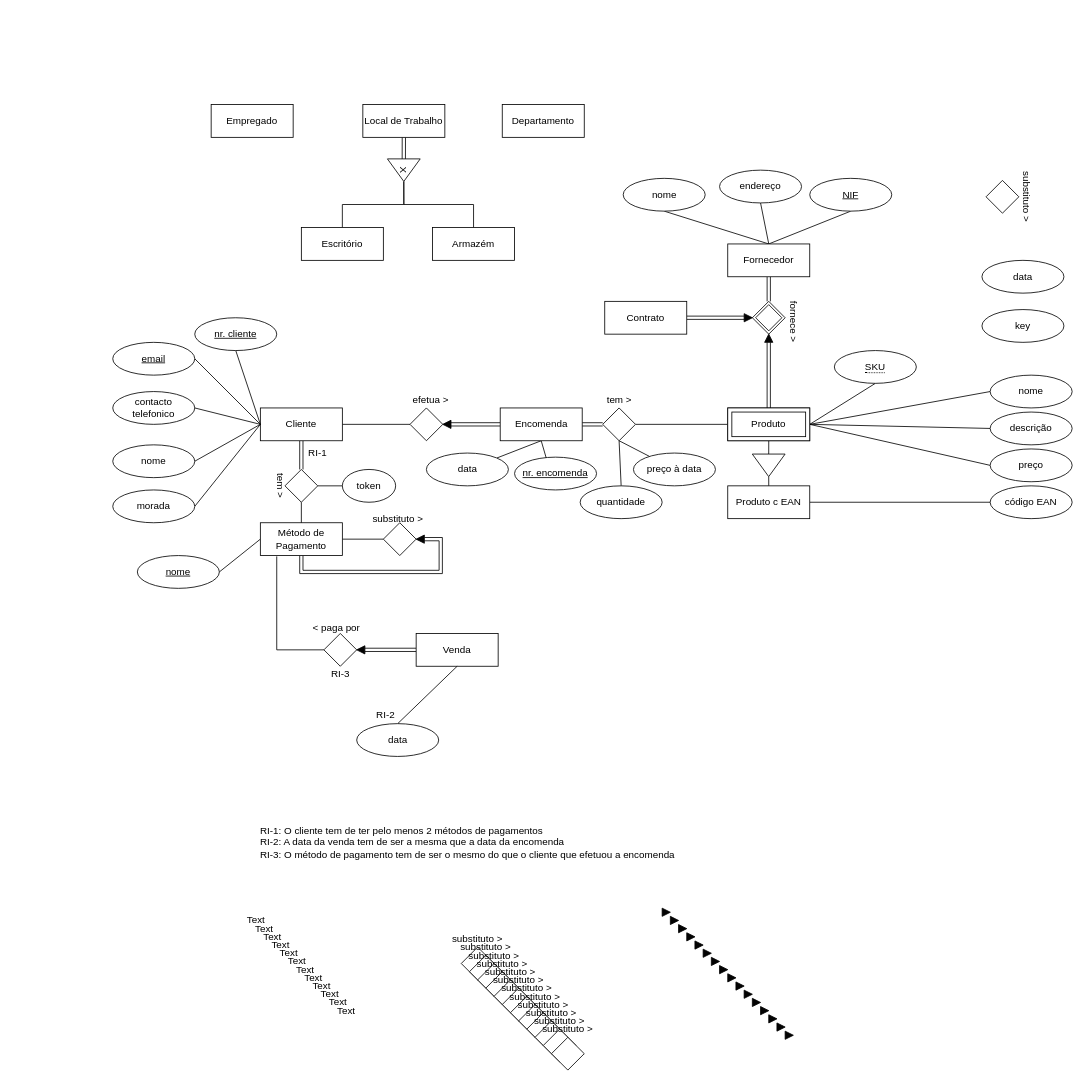
Earlier version of the draw.io diagram Diagrama sem nome.drawio (joaodrmacas/Postgres-DB). Source tidied: cells renumbered, new cells numbered last; positions are measured from the earlier drawing's top-left corner, leaving out a move shared by most shapes. Both pictures are drawn from the tidied source at 82%, with x=0, y=0 at pixel (112, 104).
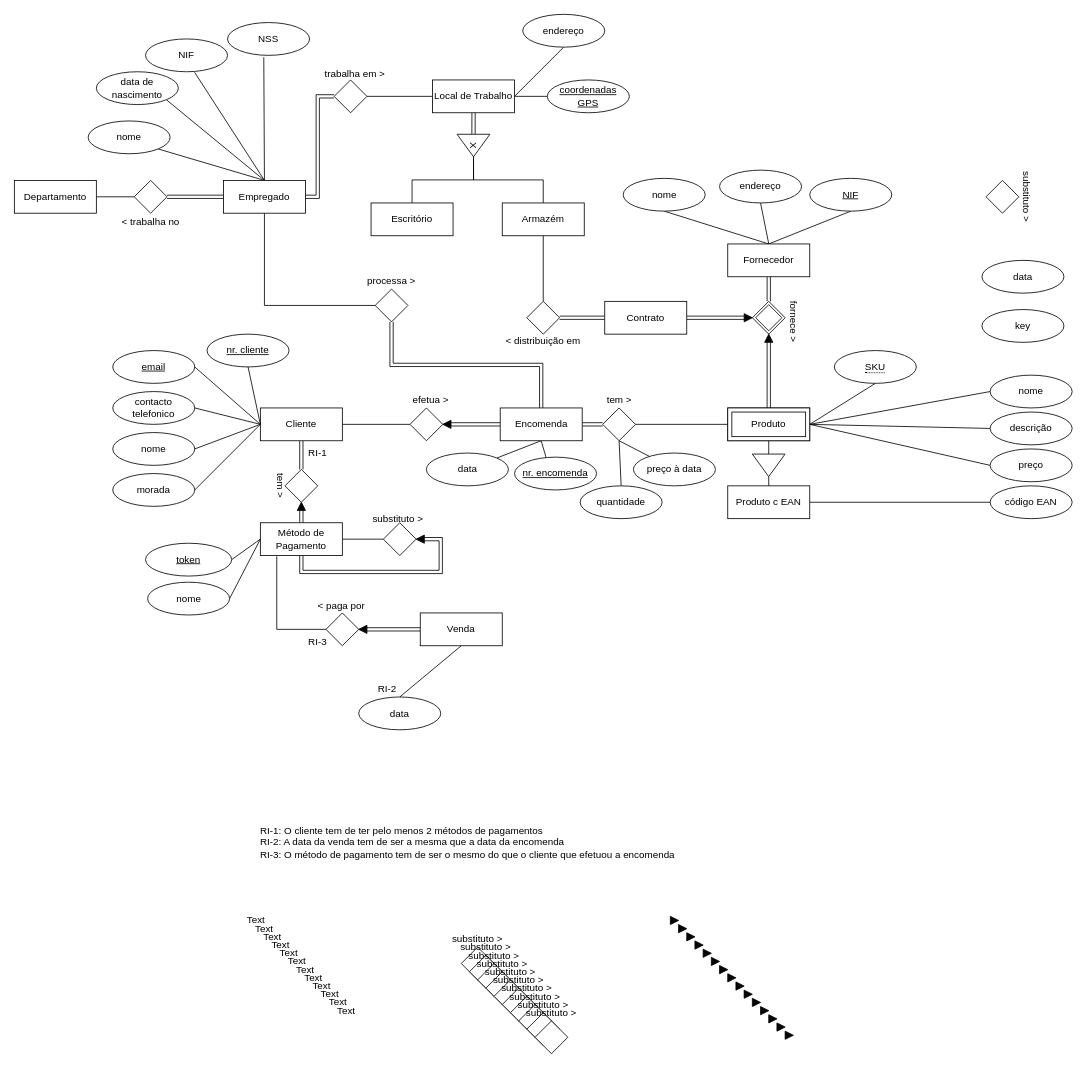
The same page after the edit.

The change refers to these unchanged cells:
```xml
<mxCell id="9" value="Encomenda" style="whiteSpace=wrap;html=1;align=center;" parent="1" vertex="1">
  <mxGeometry x="472.5" y="370" width="100" height="40" as="geometry" />
</mxCell>
<mxCell id="16" value="Método de Pagamento" style="whiteSpace=wrap;html=1;align=center;" parent="1" vertex="1">
  <mxGeometry x="180" y="510" width="100" height="40" as="geometry" />
</mxCell>
<mxCell id="61" style="shape=rhombus;perimeter=rhombusPerimeter;whiteSpace=wrap;html=1;align=center;" parent="1" vertex="1">
  <mxGeometry x="210" y="445" width="40" height="40" as="geometry" />
</mxCell>
<mxCell id="120" style="shape=rhombus;perimeter=rhombusPerimeter;whiteSpace=wrap;html=1;align=center;" parent="119" vertex="1">
  <mxGeometry x="15" y="25" width="40" height="40" as="geometry" />
</mxCell>
<mxCell id="156" value="Contrato" style="whiteSpace=wrap;html=1;align=center;" parent="1" vertex="1">
  <mxGeometry x="600" y="240" width="100" height="40" as="geometry" />
</mxCell>
```

The edit, as a diff of the source:
```diff
@@
+    <mxCell id="169" style="edgeStyle=orthogonalEdgeStyle;rounded=0;jettySize=auto;html=1;exitX=0.5;exitY=0;exitDx=0;exitDy=0;entryX=0.5;entryY=1;entryDx=0;entryDy=0;shape=link;" parent="1" edge="1" source="9" target="120">
+      <mxGeometry relative="1" as="geometry" />
+    </mxCell>
@@
+    <mxCell id="170" style="edgeStyle=orthogonalEdgeStyle;rounded=0;jettySize=auto;html=1;exitX=0.5;exitY=0;exitDx=0;exitDy=0;entryX=0;entryY=0.5;entryDx=0;entryDy=0;endArrow=none;endFill=0;shape=link;" parent="1" edge="1" source="16" target="35">
+      <mxGeometry relative="1" as="geometry" />
+    </mxCell>
@@
     <mxCell id="31" value="RI-2" style="text;html=1;strokeColor=none;fillColor=none;align=center;verticalAlign=middle;whiteSpace=wrap;rounded=0;" parent="1" vertex="1">
-      <mxGeometry x="302.5" y="730" width="60" height="30" as="geometry" />
+      <mxGeometry x="305" y="697.5" width="60" height="30" as="geometry" />
     </mxCell>
@@
-    <mxCell id="35" style="triangle;whiteSpace=wrap;html=1;fillStyle=solid;fillColor=#030303;" parent="1" vertex="1">
-      <mxGeometry x="670" y="980" width="10" height="10" as="geometry" />
+    <mxCell id="35" style="triangle;whiteSpace=wrap;html=1;fillStyle=solid;fillColor=#030303;rotation=-90;" parent="1" vertex="1">
+      <mxGeometry x="225" y="485" width="10" height="10" as="geometry" />
     </mxCell>
@@
     <mxCell id="52" style="edgeStyle=orthogonalEdgeStyle;rounded=0;jettySize=auto;html=1;exitX=0;exitY=0.5;exitDx=0;exitDy=0;endArrow=none;endFill=0;" parent="1" edge="1" source="53">
       <mxGeometry relative="1" as="geometry">
         <mxPoint x="200" y="551" as="targetPoint" />
         <Array as="points">
-          <mxPoint x="200" y="665" />
-          <mxPoint x="200" y="551" />
+          <mxPoint x="260" y="640" />
+          <mxPoint x="200" y="640" />
         </Array>
       </mxGeometry>
     </mxCell>
     <mxCell id="53" style="shape=rhombus;perimeter=rhombusPerimeter;whiteSpace=wrap;html=1;align=center;" parent="1" vertex="1">
-      <mxGeometry x="257.5" y="645" width="40" height="40" as="geometry" />
+      <mxGeometry x="260" y="620" width="40" height="40" as="geometry" />
     </mxCell>
     <mxCell id="54" value="&amp;lt; paga por" style="text;html=1;strokeColor=none;fillColor=none;align=center;verticalAlign=middle;whiteSpace=wrap;rounded=0;" parent="1" vertex="1">
-      <mxGeometry x="237.5" y="622.5" width="70" height="30" as="geometry" />
+      <mxGeometry x="244" y="597" width="70" height="30" as="geometry" />
     </mxCell>
@@
-    <mxCell id="59" style="edgeStyle=orthogonalEdgeStyle;rounded=0;jettySize=auto;html=1;exitX=0.5;exitY=1;exitDx=0;exitDy=0;entryX=0.5;entryY=0;entryDx=0;entryDy=0;endArrow=none;endFill=0;" parent="1" edge="1" source="61" target="16">
-      <mxGeometry relative="1" as="geometry" />
-    </mxCell>
-    <mxCell id="60" style="edgeStyle=orthogonalEdgeStyle;rounded=0;jettySize=auto;html=1;exitX=1;exitY=0.5;exitDx=0;exitDy=0;entryX=0;entryY=0.5;entryDx=0;entryDy=0;endArrow=none;endFill=0;" parent="1" edge="1" source="61" target="75">
-      <mxGeometry relative="1" as="geometry" />
-    </mxCell>
@@
     <mxCell id="68" value="nome" style="ellipse;whiteSpace=wrap;html=1;align=center;" parent="1" vertex="1">
-      <mxGeometry y="415" width="100" height="40" as="geometry" />
+      <mxGeometry y="400" width="100" height="40" as="geometry" />
     </mxCell>
@@
     <mxCell id="70" value="morada" style="ellipse;whiteSpace=wrap;html=1;align=center;" parent="1" vertex="1">
-      <mxGeometry y="470" width="100" height="40" as="geometry" />
+      <mxGeometry y="450" width="100" height="40" as="geometry" />
     </mxCell>
@@
     <mxCell id="72" value="email" style="ellipse;whiteSpace=wrap;html=1;align=center;fontStyle=4;" parent="1" vertex="1">
-      <mxGeometry y="290" width="100" height="40" as="geometry" />
+      <mxGeometry y="300" width="100" height="40" as="geometry" />
     </mxCell>
@@
     <mxCell id="74" value="nr. cliente" style="ellipse;whiteSpace=wrap;html=1;align=center;fontStyle=4;" parent="1" vertex="1">
-      <mxGeometry x="100" y="260" width="100" height="40" as="geometry" />
+      <mxGeometry x="115" y="280" width="100" height="40" as="geometry" />
     </mxCell>
+    <mxCell id="171" style="rounded=0;jettySize=auto;html=1;exitX=1;exitY=0.5;exitDx=0;exitDy=0;entryX=0;entryY=0.5;entryDx=0;entryDy=0;endArrow=none;endFill=0;" parent="1" edge="1" source="75" target="16">
+      <mxGeometry relative="1" as="geometry" />
+    </mxCell>
-    <mxCell id="75" value="token" style="ellipse;whiteSpace=wrap;html=1;align=center;" parent="1" vertex="1">
-      <mxGeometry x="280" y="445" width="65" height="40" as="geometry" />
+    <mxCell id="75" value="token" style="ellipse;whiteSpace=wrap;html=1;align=center;fontStyle=4;" parent="1" vertex="1">
+      <mxGeometry x="40" y="535" width="105" height="40" as="geometry" />
     </mxCell>
-    <mxCell id="76" value="nome" style="ellipse;whiteSpace=wrap;html=1;align=center;fontStyle=4;" parent="1" vertex="1">
-      <mxGeometry x="30" y="550" width="100" height="40" as="geometry" />
+    <mxCell id="76" value="nome" style="ellipse;whiteSpace=wrap;html=1;align=center;fontStyle=0;" parent="1" vertex="1">
+      <mxGeometry x="42.5" y="582.5" width="100" height="40" as="geometry" />
     </mxCell>
@@
     <mxCell id="79" value="Venda" style="whiteSpace=wrap;html=1;align=center;" parent="1" vertex="1">
-      <mxGeometry x="370" y="645" width="100" height="40" as="geometry" />
+      <mxGeometry x="375" y="620" width="100" height="40" as="geometry" />
     </mxCell>
@@
     <mxCell id="81" value="data" style="ellipse;whiteSpace=wrap;html=1;align=center;" parent="1" vertex="1">
-      <mxGeometry x="297.5" y="755" width="100" height="40" as="geometry" />
+      <mxGeometry x="300" y="722.5" width="100" height="40" as="geometry" />
     </mxCell>
     <mxCell id="82" style="triangle;whiteSpace=wrap;html=1;fillStyle=solid;fillColor=#030303;rotation=-180;" parent="1" vertex="1">
-      <mxGeometry x="297.5" y="660" width="10" height="10" as="geometry" />
+      <mxGeometry x="300" y="635" width="10" height="10" as="geometry" />
     </mxCell>
     <mxCell id="83" value="RI-3" style="text;html=1;strokeColor=none;fillColor=none;align=center;verticalAlign=middle;whiteSpace=wrap;rounded=0;" parent="1" vertex="1">
-      <mxGeometry x="247.5" y="680" width="60" height="30" as="geometry" />
+      <mxGeometry x="220" y="640" width="60" height="30" as="geometry" />
     </mxCell>
@@
     <mxCell id="119" style="group;" parent="1" vertex="1">
-      <mxGeometry x="510" y="1102.5" width="70" height="65" as="geometry" />
+      <mxGeometry x="305" y="200" width="70" height="65" as="geometry" />
     </mxCell>
@@
-    <mxCell id="121" value="substituto &amp;gt;" style="text;html=1;strokeColor=none;fillColor=none;align=center;verticalAlign=middle;whiteSpace=wrap;rounded=0;" parent="119" vertex="1">
+    <mxCell id="121" value="processa &amp;gt;" style="text;html=1;strokeColor=none;fillColor=none;align=center;verticalAlign=middle;whiteSpace=wrap;rounded=0;" parent="119" vertex="1">
       <mxGeometry width="70" height="30" as="geometry" />
     </mxCell>
     <mxCell id="122" style="group;" parent="1" vertex="1">
-      <mxGeometry x="520" y="1112.5" width="70" height="65" as="geometry" />
+      <mxGeometry x="11.2" y="90" width="77.5" height="67.5" as="geometry" />
     </mxCell>
     <mxCell id="123" style="shape=rhombus;perimeter=rhombusPerimeter;whiteSpace=wrap;html=1;align=center;" parent="122" vertex="1">
-      <mxGeometry x="15" y="25" width="40" height="40" as="geometry" />
+      <mxGeometry x="15" y="2.5" width="40" height="40" as="geometry" />
     </mxCell>
-    <mxCell id="124" value="substituto &amp;gt;" style="text;html=1;strokeColor=none;fillColor=none;align=center;verticalAlign=middle;whiteSpace=wrap;rounded=0;" parent="122" vertex="1">
-      <mxGeometry width="70" height="30" as="geometry" />
+    <mxCell id="124" value="&amp;lt; trabalha no" style="text;html=1;strokeColor=none;fillColor=none;align=center;verticalAlign=middle;whiteSpace=wrap;rounded=0;" parent="122" vertex="1">
+      <mxGeometry x="-7.5" y="37.5" width="85" height="30" as="geometry" />
     </mxCell>
@@
+    <mxCell id="172" style="edgeStyle=orthogonalEdgeStyle;rounded=0;jettySize=auto;html=1;exitX=0;exitY=0.5;exitDx=0;exitDy=0;entryX=1;entryY=0.5;entryDx=0;entryDy=0;shape=link;" parent="1" edge="1" source="156" target="192">
+      <mxGeometry relative="1" as="geometry" />
+    </mxCell>
@@
+    <mxCell id="173" style="rounded=0;jettySize=auto;html=1;exitX=0.5;exitY=0;exitDx=0;exitDy=0;entryX=1;entryY=1;entryDx=0;entryDy=0;endArrow=none;endFill=0;" parent="1" edge="1" source="159" target="187">
+      <mxGeometry relative="1" as="geometry" />
+    </mxCell>
+    <mxCell id="174" style="rounded=0;jettySize=auto;html=1;exitX=0.5;exitY=0;exitDx=0;exitDy=0;entryX=1;entryY=1;entryDx=0;entryDy=0;endArrow=none;endFill=0;" parent="1" edge="1" source="159" target="188">
+      <mxGeometry relative="1" as="geometry" />
+    </mxCell>
+    <mxCell id="175" style="rounded=0;jettySize=auto;html=1;exitX=0.5;exitY=0;exitDx=0;exitDy=0;entryX=0.598;entryY=1.015;entryDx=0;entryDy=0;endArrow=none;endFill=0;entryPerimeter=0;" parent="1" edge="1" source="159" target="189">
+      <mxGeometry relative="1" as="geometry" />
+    </mxCell>
+    <mxCell id="176" style="rounded=0;jettySize=auto;html=1;exitX=0.5;exitY=0;exitDx=0;exitDy=0;entryX=0.442;entryY=1.058;entryDx=0;entryDy=0;endArrow=none;endFill=0;entryPerimeter=0;" parent="1" edge="1" source="159" target="190">
+      <mxGeometry relative="1" as="geometry" />
+    </mxCell>
+    <mxCell id="177" style="edgeStyle=orthogonalEdgeStyle;rounded=0;jettySize=auto;html=1;exitX=0;exitY=0.5;exitDx=0;exitDy=0;entryX=1;entryY=0.5;entryDx=0;entryDy=0;endArrow=none;endFill=0;shape=link;" parent="1" edge="1" source="159" target="123">
+      <mxGeometry relative="1" as="geometry" />
+    </mxCell>
+    <mxCell id="178" style="edgeStyle=orthogonalEdgeStyle;rounded=0;jettySize=auto;html=1;exitX=1;exitY=0.5;exitDx=0;exitDy=0;entryX=0;entryY=0.5;entryDx=0;entryDy=0;shape=link;" parent="1" edge="1" source="159" target="195">
+      <mxGeometry relative="1" as="geometry">
+        <Array as="points">
+          <mxPoint x="250" y="113" />
+          <mxPoint x="250" y="-10" />
+        </Array>
+      </mxGeometry>
+    </mxCell>
+    <mxCell id="179" style="edgeStyle=orthogonalEdgeStyle;rounded=0;jettySize=auto;html=1;exitX=0.5;exitY=1;exitDx=0;exitDy=0;entryX=0;entryY=0.5;entryDx=0;entryDy=0;endArrow=none;endFill=0;" parent="1" edge="1" source="159" target="120">
+      <mxGeometry relative="1" as="geometry" />
+    </mxCell>
     <mxCell id="159" value="Empregado" style="whiteSpace=wrap;html=1;align=center;" parent="1" vertex="1">
-      <mxGeometry x="120" width="100" height="40" as="geometry" />
+      <mxGeometry x="135" y="92.5" width="100" height="40" as="geometry" />
     </mxCell>
@@
+    <mxCell id="180" style="rounded=0;jettySize=auto;html=1;exitX=1;exitY=0.5;exitDx=0;exitDy=0;entryX=0;entryY=0.5;entryDx=0;entryDy=0;endArrow=none;endFill=0;" parent="1" edge="1" source="161" target="186">
+      <mxGeometry relative="1" as="geometry" />
+    </mxCell>
+    <mxCell id="181" style="rounded=0;jettySize=auto;html=1;exitX=1;exitY=0.5;exitDx=0;exitDy=0;entryX=0.5;entryY=1;entryDx=0;entryDy=0;endArrow=none;endFill=0;" parent="1" edge="1" source="161" target="185">
+      <mxGeometry relative="1" as="geometry" />
+    </mxCell>
+    <mxCell id="182" style="edgeStyle=orthogonalEdgeStyle;rounded=0;jettySize=auto;html=1;exitX=0;exitY=0.5;exitDx=0;exitDy=0;entryX=1;entryY=0.5;entryDx=0;entryDy=0;endArrow=none;endFill=0;" parent="1" edge="1" source="161" target="195">
+      <mxGeometry relative="1" as="geometry" />
+    </mxCell>
     <mxCell id="161" value="Local de Trabalho" style="whiteSpace=wrap;html=1;align=center;" parent="1" vertex="1">
-      <mxGeometry x="305" width="100" height="40" as="geometry" />
+      <mxGeometry x="390" y="-30" width="100" height="40" as="geometry" />
     </mxCell>
+    <mxCell id="183" style="edgeStyle=orthogonalEdgeStyle;rounded=0;jettySize=auto;html=1;exitX=1;exitY=0.5;exitDx=0;exitDy=0;endArrow=none;endFill=0;" parent="1" edge="1" source="162" target="123">
+      <mxGeometry relative="1" as="geometry" />
+    </mxCell>
     <mxCell id="162" value="Departamento" style="whiteSpace=wrap;html=1;align=center;" parent="1" vertex="1">
-      <mxGeometry x="475" width="100" height="40" as="geometry" />
+      <mxGeometry x="-120" y="92.5" width="100" height="40" as="geometry" />
     </mxCell>
@@
     <mxCell id="165" value="X" style="triangle;whiteSpace=wrap;html=1;rotation=90;" parent="1" vertex="1">
-      <mxGeometry x="341.2" y="60" width="27.5" height="40" as="geometry" />
+      <mxGeometry x="426.2" y="30" width="27.5" height="40" as="geometry" />
     </mxCell>
+    <mxCell id="184" style="edgeStyle=orthogonalEdgeStyle;rounded=0;jettySize=auto;html=1;exitX=0.5;exitY=1;exitDx=0;exitDy=0;entryX=0.5;entryY=0;entryDx=0;entryDy=0;endArrow=none;endFill=0;" parent="1" edge="1" source="166" target="192">
+      <mxGeometry relative="1" as="geometry" />
+    </mxCell>
     <mxCell id="166" value="Armazém" style="whiteSpace=wrap;html=1;align=center;" parent="1" vertex="1">
-      <mxGeometry x="390" y="150" width="100" height="40" as="geometry" />
+      <mxGeometry x="475" y="120" width="100" height="40" as="geometry" />
     </mxCell>
     <mxCell id="167" value="Escritório" style="whiteSpace=wrap;html=1;align=center;" parent="1" vertex="1">
-      <mxGeometry x="230" y="150" width="100" height="40" as="geometry" />
+      <mxGeometry x="315" y="120" width="100" height="40" as="geometry" />
     </mxCell>
@@
+    <mxCell id="185" value="endereço" style="ellipse;whiteSpace=wrap;html=1;align=center;" parent="1" vertex="1">
+      <mxGeometry x="500" y="-110" width="100" height="40" as="geometry" />
+    </mxCell>
+    <mxCell id="186" value="coordenadas GPS" style="ellipse;whiteSpace=wrap;html=1;align=center;fontStyle=4;" parent="1" vertex="1">
+      <mxGeometry x="530" y="-30" width="100" height="40" as="geometry" />
+    </mxCell>
+    <mxCell id="187" value="nome" style="ellipse;whiteSpace=wrap;html=1;align=center;" parent="1" vertex="1">
+      <mxGeometry x="-30" y="20" width="100" height="40" as="geometry" />
+    </mxCell>
+    <mxCell id="188" value="data de nascimento" style="ellipse;whiteSpace=wrap;html=1;align=center;" parent="1" vertex="1">
+      <mxGeometry x="-20" y="-40" width="100" height="40" as="geometry" />
+    </mxCell>
+    <mxCell id="189" value="NIF&lt;br&gt;" style="ellipse;whiteSpace=wrap;html=1;align=center;" parent="1" vertex="1">
+      <mxGeometry x="40" y="-80" width="100" height="40" as="geometry" />
+    </mxCell>
+    <mxCell id="190" value="NSS" style="ellipse;whiteSpace=wrap;html=1;align=center;" parent="1" vertex="1">
+      <mxGeometry x="140" y="-100" width="100" height="40" as="geometry" />
+    </mxCell>
+    <mxCell id="191" style="group;" parent="1" vertex="1">
+      <mxGeometry x="490" y="235" width="80" height="70" as="geometry" />
+    </mxCell>
+    <mxCell id="192" style="shape=rhombus;perimeter=rhombusPerimeter;whiteSpace=wrap;html=1;align=center;" parent="191" vertex="1">
+      <mxGeometry x="15" y="5" width="40" height="40" as="geometry" />
+    </mxCell>
+    <mxCell id="193" value="&amp;lt; distribuição em" style="text;html=1;strokeColor=none;fillColor=none;align=center;verticalAlign=middle;whiteSpace=wrap;rounded=0;" parent="191" vertex="1">
+      <mxGeometry x="-15" y="37.5" width="100" height="32.5" as="geometry" />
+    </mxCell>
+    <mxCell id="194" style="group;" parent="1" vertex="1">
+      <mxGeometry x="255" y="-57.5" width="81.2" height="67.5" as="geometry" />
+    </mxCell>
+    <mxCell id="195" style="shape=rhombus;perimeter=rhombusPerimeter;whiteSpace=wrap;html=1;align=center;" parent="194" vertex="1">
+      <mxGeometry x="15" y="27.5" width="40" height="40" as="geometry" />
+    </mxCell>
+    <mxCell id="196" value="trabalha em &amp;gt;" style="text;html=1;strokeColor=none;fillColor=none;align=center;verticalAlign=middle;whiteSpace=wrap;rounded=0;" parent="194" vertex="1">
+      <mxGeometry x="-2.2" y="5" width="85" height="30" as="geometry" />
+    </mxCell>
```
